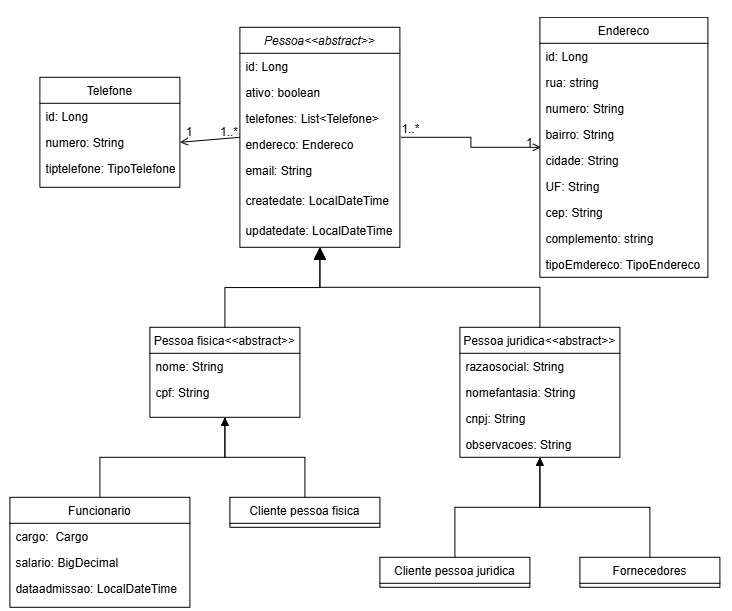
Before: docs/diagramas/Diagrama de pessoa.drawio.png, a diagram exported from draw.io (henriqueValgas/oficina-mecanica-api). Source tidied: cells renumbered, new cells last; positions are measured from the earlier drawing's top-left corner, leaving out a move shared by most shapes.
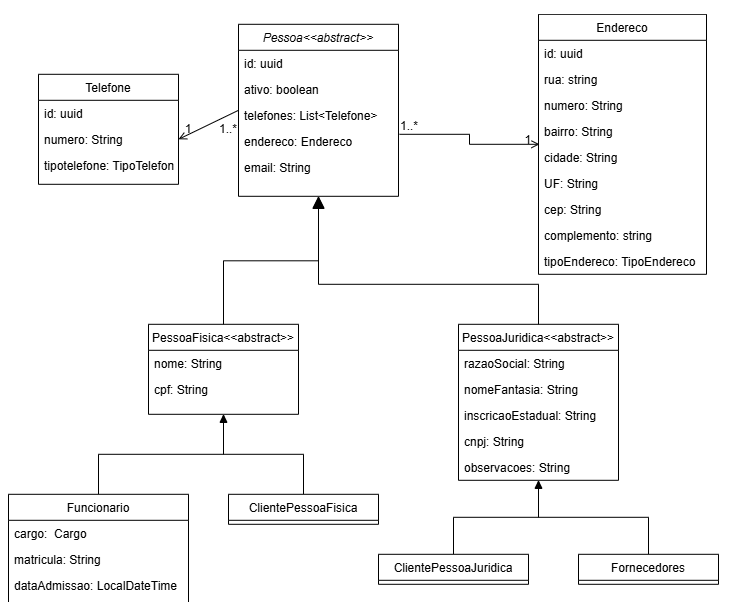
After the change.

The edit, as a diff of the source:
```diff
@@ -6,9 +6,9 @@
       <mxGeometry relative="1" as="geometry" />
     </mxCell>
     <mxCell id="3" value="Pessoa&lt;&lt;abstract&gt;&gt;" style="swimlane;fontStyle=2;align=center;verticalAlign=top;horizontal=1;startSize=26;rounded=0;shadow=0;strokeWidth=1;" parent="1" vertex="1">
-      <mxGeometry x="230" y="10" width="160" height="220" as="geometry" />
+      <mxGeometry x="230" y="10" width="160" height="172" as="geometry" />
     </mxCell>
-    <mxCell id="4" value="id: Long" style="text;align=left;verticalAlign=top;spacingLeft=4;spacingRight=4;overflow=hidden;" parent="3" vertex="1">
+    <mxCell id="4" value="id: uuid" style="text;align=left;verticalAlign=top;spacingLeft=4;spacingRight=4;overflow=hidden;" parent="3" vertex="1">
       <mxGeometry y="26" width="160" height="26" as="geometry" />
     </mxCell>
     <mxCell id="5" value="ativo: boolean" style="text;align=left;verticalAlign=top;spacingLeft=4;spacingRight=4;overflow=hidden;rounded=0;shadow=0;html=0;" parent="3" vertex="1">
@@ -23,13 +23,7 @@
     <mxCell id="8" value="email: String" style="text;align=left;verticalAlign=top;spacingLeft=4;spacingRight=4;overflow=hidden;" parent="3" vertex="1">
       <mxGeometry y="130" width="160" height="30" as="geometry" />
     </mxCell>
-    <mxCell id="9" value="createdate: LocalDateTime" style="text;align=left;verticalAlign=top;spacingLeft=4;spacingRight=4;overflow=hidden;" parent="3" vertex="1">
-      <mxGeometry y="160" width="160" height="30" as="geometry" />
-    </mxCell>
-    <mxCell id="10" value="updatedate: LocalDateTime&#10;" style="text;align=left;verticalAlign=top;spacingLeft=4;spacingRight=4;overflow=hidden;" parent="3" vertex="1">
-      <mxGeometry y="190" width="160" height="30" as="geometry" />
-    </mxCell>
-    <mxCell id="11" value="Pessoa fisica&lt;&lt;abstract&gt;&gt;" style="swimlane;fontStyle=0;align=center;verticalAlign=top;horizontal=1;startSize=26;rounded=0;shadow=0;strokeWidth=1;" parent="1" vertex="1">
+    <mxCell id="11" value="PessoaFisica&lt;&lt;abstract&gt;&gt;" style="swimlane;fontStyle=0;align=center;verticalAlign=top;horizontal=1;startSize=26;rounded=0;shadow=0;strokeWidth=1;" parent="1" vertex="1">
       <mxGeometry x="140" y="310" width="150" height="90" as="geometry" />
     </mxCell>
     <mxCell id="12" value="nome: String" style="text;align=left;verticalAlign=top;spacingLeft=4;spacingRight=4;overflow=hidden;" parent="11" vertex="1">
@@ -41,20 +35,23 @@
     <mxCell id="14" style="endArrow=block;endSize=10;endFill=0;shadow=0;strokeWidth=1;rounded=0;curved=0;edgeStyle=elbowEdgeStyle;elbow=vertical;entryX=0.5;entryY=1;entryDx=0;entryDy=0;" parent="1" edge="1" source="11" target="3">
       <mxGeometry relative="1" as="geometry" />
     </mxCell>
-    <mxCell id="15" value="Pessoa juridica&lt;&lt;abstract&gt;&gt;" style="swimlane;fontStyle=0;align=center;verticalAlign=top;horizontal=1;startSize=26;rounded=0;shadow=0;strokeWidth=1;" parent="1" vertex="1">
-      <mxGeometry x="450" y="310" width="160" height="130" as="geometry" />
+    <mxCell id="15" value="PessoaJuridica&lt;&lt;abstract&gt;&gt;" style="swimlane;fontStyle=0;align=center;verticalAlign=top;horizontal=1;startSize=26;rounded=0;shadow=0;strokeWidth=1;" parent="1" vertex="1">
+      <mxGeometry x="450" y="310" width="160" height="156" as="geometry" />
     </mxCell>
-    <mxCell id="16" value="razaosocial: String" style="text;align=left;verticalAlign=top;spacingLeft=4;spacingRight=4;overflow=hidden;" parent="15" vertex="1">
+    <mxCell id="16" value="razaoSocial: String" style="text;align=left;verticalAlign=top;spacingLeft=4;spacingRight=4;overflow=hidden;" parent="15" vertex="1">
       <mxGeometry y="26" width="160" height="26" as="geometry" />
     </mxCell>
-    <mxCell id="17" value="nomefantasia: String" style="text;align=left;verticalAlign=top;spacingLeft=4;spacingRight=4;overflow=hidden;" parent="15" vertex="1">
+    <mxCell id="17" value="nomeFantasia: String" style="text;align=left;verticalAlign=top;spacingLeft=4;spacingRight=4;overflow=hidden;" parent="15" vertex="1">
       <mxGeometry y="52" width="160" height="26" as="geometry" />
     </mxCell>
+    <mxCell id="51" value="inscricaoEstadual: String" style="text;align=left;verticalAlign=top;spacingLeft=4;spacingRight=4;overflow=hidden;" parent="15" vertex="1">
+      <mxGeometry y="78" width="160" height="26" as="geometry" />
+    </mxCell>
     <mxCell id="18" value="cnpj: String" style="text;align=left;verticalAlign=top;spacingLeft=4;spacingRight=4;overflow=hidden;" parent="15" vertex="1">
-      <mxGeometry y="78" width="160" height="26" as="geometry" />
+      <mxGeometry y="104" width="160" height="26" as="geometry" />
     </mxCell>
     <mxCell id="19" value="observacoes: String" style="text;align=left;verticalAlign=top;spacingLeft=4;spacingRight=4;overflow=hidden;" parent="15" vertex="1">
-      <mxGeometry y="104" width="160" height="26" as="geometry" />
+      <mxGeometry y="130" width="160" height="26" as="geometry" />
     </mxCell>
     <mxCell id="20" style="endArrow=block;endSize=10;endFill=1;shadow=0;strokeWidth=1;rounded=0;curved=0;edgeStyle=elbowEdgeStyle;elbow=vertical;exitX=0.5;exitY=0;exitDx=0;exitDy=0;entryX=0.5;entryY=1;entryDx=0;entryDy=0;" parent="1" edge="1" source="15" target="3">
       <mxGeometry relative="1" as="geometry">
@@ -66,7 +63,7 @@
     <mxCell id="21" value="Endereco" style="swimlane;fontStyle=0;align=center;verticalAlign=top;horizontal=1;startSize=26;rounded=0;shadow=0;strokeWidth=1;" parent="1" vertex="1">
       <mxGeometry x="530" width="168" height="260" as="geometry" />
     </mxCell>
-    <mxCell id="22" value="id: Long" style="text;align=left;verticalAlign=top;spacingLeft=4;spacingRight=4;overflow=hidden;" parent="21" vertex="1">
+    <mxCell id="22" value="id: uuid" style="text;align=left;verticalAlign=top;spacingLeft=4;spacingRight=4;overflow=hidden;" parent="21" vertex="1">
       <mxGeometry y="26" width="168" height="26" as="geometry" />
     </mxCell>
     <mxCell id="23" value="rua: string" style="text;align=left;verticalAlign=top;spacingLeft=4;spacingRight=4;overflow=hidden;rounded=0;shadow=0;html=0;" parent="21" vertex="1">
@@ -90,7 +87,7 @@
     <mxCell id="29" value="complemento: string" style="text;align=left;verticalAlign=top;spacingLeft=4;spacingRight=4;overflow=hidden;" parent="21" vertex="1">
       <mxGeometry y="208" width="168" height="26" as="geometry" />
     </mxCell>
-    <mxCell id="30" value="tipoEmdereco: TipoEndereco" style="text;align=left;verticalAlign=top;spacingLeft=4;spacingRight=4;overflow=hidden;" parent="21" vertex="1">
+    <mxCell id="30" value="tipoEndereco: TipoEndereco" style="text;align=left;verticalAlign=top;spacingLeft=4;spacingRight=4;overflow=hidden;" parent="21" vertex="1">
       <mxGeometry y="234" width="168" height="26" as="geometry" />
     </mxCell>
     <mxCell id="31" style="endArrow=open;shadow=0;strokeWidth=1;rounded=0;curved=0;endFill=1;edgeStyle=elbowEdgeStyle;elbow=horizontal;" parent="1" edge="1">
@@ -119,22 +116,22 @@
     <mxCell id="36" value="cargo:  Cargo" style="text;align=left;verticalAlign=top;spacingLeft=4;spacingRight=4;overflow=hidden;" parent="35" vertex="1">
       <mxGeometry y="26" width="180" height="26" as="geometry" />
     </mxCell>
-    <mxCell id="37" value="salario: BigDecimal" style="text;align=left;verticalAlign=top;spacingLeft=4;spacingRight=4;overflow=hidden;rounded=0;shadow=0;html=0;" parent="35" vertex="1">
+    <mxCell id="37" value="matricula: String" style="text;align=left;verticalAlign=top;spacingLeft=4;spacingRight=4;overflow=hidden;rounded=0;shadow=0;html=0;" parent="35" vertex="1">
       <mxGeometry y="52" width="180" height="26" as="geometry" />
     </mxCell>
-    <mxCell id="38" value="dataadmissao: LocalDateTime" style="text;align=left;verticalAlign=top;spacingLeft=4;spacingRight=4;overflow=hidden;rounded=0;shadow=0;html=0;" parent="35" vertex="1">
+    <mxCell id="38" value="dataAdmissao: LocalDateTime" style="text;align=left;verticalAlign=top;spacingLeft=4;spacingRight=4;overflow=hidden;rounded=0;shadow=0;html=0;" parent="35" vertex="1">
       <mxGeometry y="78" width="180" height="26" as="geometry" />
     </mxCell>
     <mxCell id="39" style="edgeStyle=orthogonalEdgeStyle;rounded=0;jettySize=auto;html=1;exitX=0.5;exitY=0;exitDx=0;exitDy=0;entryX=0.5;entryY=1;entryDx=0;entryDy=0;endArrow=block;endFill=1;" parent="1" edge="1" source="40" target="11">
       <mxGeometry relative="1" as="geometry" />
     </mxCell>
-    <mxCell id="40" value="Cliente pessoa fisica" style="swimlane;fontStyle=0;align=center;verticalAlign=top;horizontal=1;startSize=26;rounded=0;shadow=0;strokeWidth=1;" parent="1" vertex="1">
+    <mxCell id="40" value="ClientePessoaFisica" style="swimlane;fontStyle=0;align=center;verticalAlign=top;horizontal=1;startSize=26;rounded=0;shadow=0;strokeWidth=1;" parent="1" vertex="1">
       <mxGeometry x="220" y="480" width="150" height="30" as="geometry" />
     </mxCell>
     <mxCell id="41" style="edgeStyle=orthogonalEdgeStyle;rounded=0;jettySize=auto;html=1;exitX=0.5;exitY=0;exitDx=0;exitDy=0;entryX=0.5;entryY=1;entryDx=0;entryDy=0;endArrow=blockThin;endFill=0;" parent="1" edge="1" source="42" target="15">
       <mxGeometry relative="1" as="geometry" />
     </mxCell>
-    <mxCell id="42" value="Cliente pessoa juridica&#10;" style="swimlane;fontStyle=0;align=center;verticalAlign=top;horizontal=1;startSize=26;rounded=0;shadow=0;strokeWidth=1;" parent="1" vertex="1">
+    <mxCell id="42" value="ClientePessoaJuridica&#10;" style="swimlane;fontStyle=0;align=center;verticalAlign=top;horizontal=1;startSize=26;rounded=0;shadow=0;strokeWidth=1;" parent="1" vertex="1">
       <mxGeometry x="370" y="540" width="150" height="30" as="geometry" />
     </mxCell>
     <mxCell id="43" style="edgeStyle=orthogonalEdgeStyle;rounded=0;jettySize=auto;html=1;exitX=0.5;exitY=0;exitDx=0;exitDy=0;entryX=0.5;entryY=1;entryDx=0;entryDy=0;endArrow=block;endFill=1;" parent="1" edge="1" source="44" target="15">
@@ -146,13 +143,13 @@
     <mxCell id="45" value="Telefone" style="swimlane;fontStyle=0;align=center;verticalAlign=top;horizontal=1;startSize=26;rounded=0;shadow=0;strokeWidth=1;" parent="1" vertex="1">
       <mxGeometry x="30" y="60" width="140" height="110" as="geometry" />
     </mxCell>
-    <mxCell id="46" value="id: Long" style="text;align=left;verticalAlign=top;spacingLeft=4;spacingRight=4;overflow=hidden;" parent="45" vertex="1">
+    <mxCell id="46" value="id: uuid" style="text;align=left;verticalAlign=top;spacingLeft=4;spacingRight=4;overflow=hidden;" parent="45" vertex="1">
       <mxGeometry y="26" width="140" height="26" as="geometry" />
     </mxCell>
     <mxCell id="47" value="numero: String" style="text;align=left;verticalAlign=top;spacingLeft=4;spacingRight=4;overflow=hidden;points=[[0,0.5],[1,0.5]];portConstraint=eastwest;" parent="45" vertex="1">
       <mxGeometry y="52" width="140" height="26" as="geometry" />
     </mxCell>
-    <mxCell id="48" value="tiptelefone: TipoTelefone" style="text;align=left;verticalAlign=top;spacingLeft=4;spacingRight=4;overflow=hidden;" parent="45" vertex="1">
+    <mxCell id="48" value="tipotelefone: TipoTelefone" style="text;align=left;verticalAlign=top;spacingLeft=4;spacingRight=4;overflow=hidden;" parent="45" vertex="1">
       <mxGeometry y="78" width="140" height="26" as="geometry" />
     </mxCell>
     <mxCell id="49" value="1..*" style="text;html=1;whiteSpace=wrap;strokeColor=none;fillColor=none;align=center;verticalAlign=middle;rounded=0;" parent="1" vertex="1">
```
